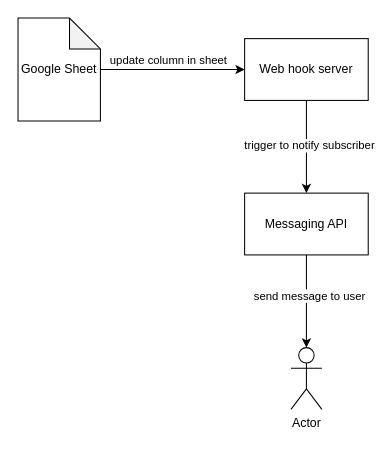
The draw.io diagram avah.drawio in littlesquid/diagram, before the edit. Source tidied: cells renumbered, new cells numbered last; positions are measured from the earlier drawing's top-left corner, leaving out a move shared by most shapes. Both pictures are drawn from the tidied source at 103%, with x=0, y=0 at pixel (18, 18).
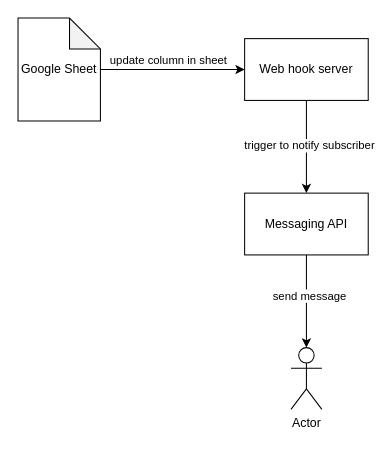
The same page after the edit.

Change to the diagram source:
```diff
@@
 <mxGraphModel>
   <root>
     <mxCell id="0" />
     <mxCell id="1" parent="0" />
     <mxCell id="2" style="edgeStyle=none;html=1;entryX=0;entryY=0.5;entryDx=0;entryDy=0;" parent="1" edge="1" source="4" target="10">
       <mxGeometry relative="1" as="geometry" />
     </mxCell>
     <mxCell id="3" value="update column in sheet" style="edgeLabel;html=1;align=center;verticalAlign=middle;" parent="2" vertex="1">
       <mxGeometry x="-0.28" relative="1" as="geometry">
         <mxPoint x="15" y="-10" as="offset" />
       </mxGeometry>
     </mxCell>
     <mxCell id="4" value="Google Sheet" style="shape=note;whiteSpace=wrap;html=1;backgroundOutline=1;darkOpacity=0.05;" parent="1" vertex="1">
       <mxGeometry width="80" height="100" as="geometry" />
     </mxCell>
     <mxCell id="5" style="edgeStyle=none;html=1;exitX=0.5;exitY=1;exitDx=0;exitDy=0;entryX=0.5;entryY=0;entryDx=0;entryDy=0;entryPerimeter=0;" parent="1" edge="1" source="7" target="11">
       <mxGeometry relative="1" as="geometry" />
     </mxCell>
-    <mxCell id="6" value="send message to user" style="edgeLabel;html=1;align=center;verticalAlign=middle;" parent="5" vertex="1">
+    <mxCell id="6" value="send message" style="edgeLabel;html=1;align=center;verticalAlign=middle;" parent="5" vertex="1">
       <mxGeometry x="-0.14" y="2" relative="1" as="geometry" />
     </mxCell>
     <mxCell id="7" value="Messaging API" style="rounded=0;whiteSpace=wrap;html=1;" parent="1" vertex="1">
       <mxGeometry x="220" y="170" width="120" height="60" as="geometry" />
     </mxCell>
     <mxCell id="8" style="edgeStyle=none;html=1;exitX=0.5;exitY=1;exitDx=0;exitDy=0;entryX=0.5;entryY=0;entryDx=0;entryDy=0;" parent="1" edge="1" source="10" target="7">
       <mxGeometry relative="1" as="geometry" />
     </mxCell>
     <mxCell id="9" value="trigger to notify subscriber" style="edgeLabel;html=1;align=center;verticalAlign=middle;" parent="8" vertex="1">
       <mxGeometry x="-0.05" y="2" relative="1" as="geometry" />
     </mxCell>
     <mxCell id="10" value="Web hook server" style="rounded=0;whiteSpace=wrap;html=1;" parent="1" vertex="1">
       <mxGeometry x="220" y="20" width="120" height="60" as="geometry" />
     </mxCell>
     <mxCell id="11" value="Actor" style="shape=umlActor;verticalLabelPosition=bottom;verticalAlign=top;html=1;outlineConnect=0;" parent="1" vertex="1">
       <mxGeometry x="265" y="320" width="30" height="60" as="geometry" />
     </mxCell>
   </root>
 </mxGraphModel>
```
